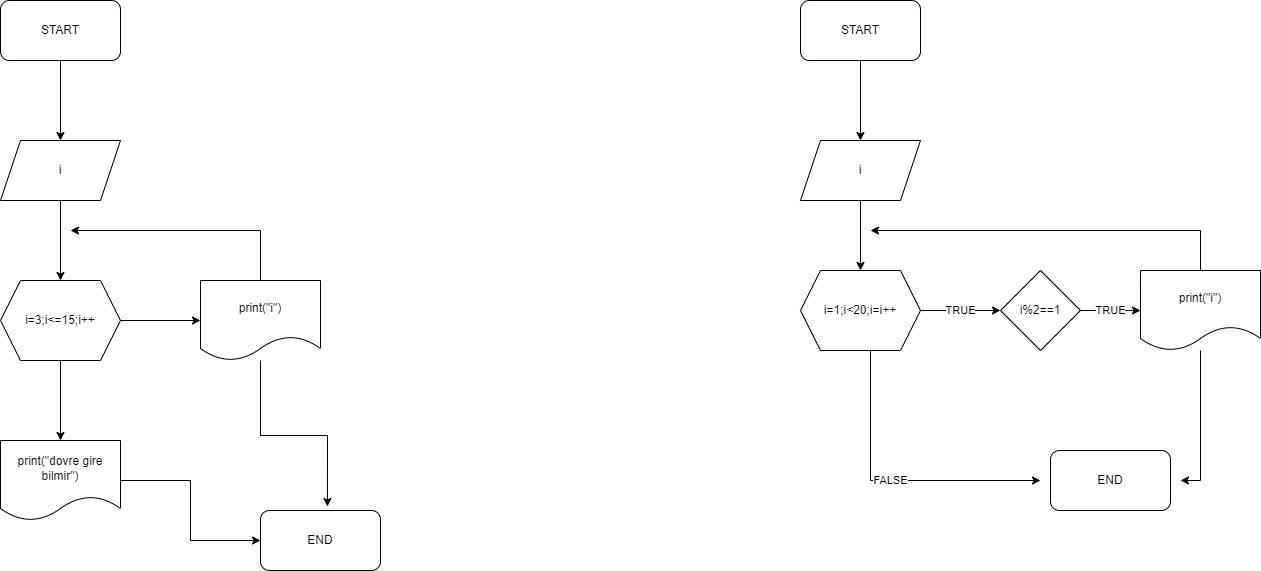
Above: Task4/loop task 4.png in Malik8008/Alqoritm-Task-3 (draw.io), before the change. Source tidied: cells renumbered, new cells last; positions are measured from the earlier drawing's top-left corner, leaving out a move shared by most shapes.
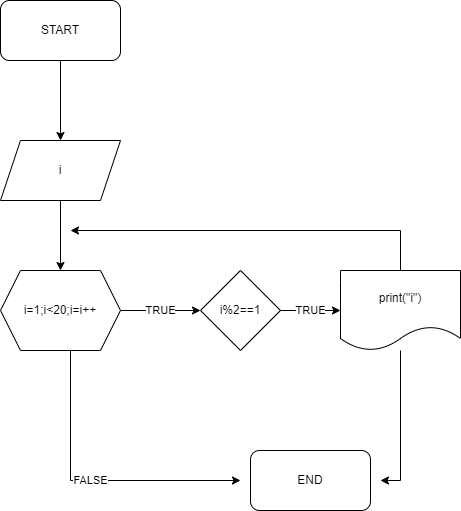
Above is the later version.

Change to the diagram source:
```diff
@@ -2,50 +2,6 @@
   <root>
     <mxCell id="0" />
     <mxCell id="1" parent="0" />
-    <mxCell id="2" style="edgeStyle=orthogonalEdgeStyle;rounded=0;jettySize=auto;html=1;" parent="1" edge="1" source="3" target="5">
-      <mxGeometry relative="1" as="geometry" />
-    </mxCell>
-    <mxCell id="3" value="START" style="rounded=1;whiteSpace=wrap;html=1;" parent="1" vertex="1">
-      <mxGeometry width="120" height="60" as="geometry" />
-    </mxCell>
-    <mxCell id="4" style="edgeStyle=orthogonalEdgeStyle;rounded=0;jettySize=auto;html=1;" parent="1" edge="1" source="5" target="8">
-      <mxGeometry relative="1" as="geometry" />
-    </mxCell>
-    <mxCell id="5" value="i" style="shape=parallelogram;perimeter=parallelogramPerimeter;whiteSpace=wrap;html=1;fixedSize=1;" parent="1" vertex="1">
-      <mxGeometry y="140" width="120" height="60" as="geometry" />
-    </mxCell>
-    <mxCell id="6" style="edgeStyle=orthogonalEdgeStyle;rounded=0;jettySize=auto;html=1;" parent="1" edge="1" source="8" target="11">
-      <mxGeometry relative="1" as="geometry" />
-    </mxCell>
-    <mxCell id="7" style="edgeStyle=orthogonalEdgeStyle;rounded=0;jettySize=auto;html=1;" parent="1" edge="1" source="8" target="13">
-      <mxGeometry relative="1" as="geometry" />
-    </mxCell>
-    <mxCell id="8" value="i=3;i&amp;lt;=15;i++" style="shape=hexagon;perimeter=hexagonPerimeter2;whiteSpace=wrap;html=1;fixedSize=1;" parent="1" vertex="1">
-      <mxGeometry y="280" width="120" height="80" as="geometry" />
-    </mxCell>
-    <mxCell id="9" style="edgeStyle=orthogonalEdgeStyle;rounded=0;jettySize=auto;html=1;" parent="1" edge="1" source="11">
-      <mxGeometry relative="1" as="geometry">
-        <mxPoint x="70" y="230" as="targetPoint" />
-        <Array as="points">
-          <mxPoint x="260" y="230" />
-        </Array>
-      </mxGeometry>
-    </mxCell>
-    <mxCell id="10" style="edgeStyle=orthogonalEdgeStyle;rounded=0;jettySize=auto;html=1;entryX=0.558;entryY=-0.067;entryDx=0;entryDy=0;entryPerimeter=0;" parent="1" edge="1" source="11" target="14">
-      <mxGeometry relative="1" as="geometry" />
-    </mxCell>
-    <mxCell id="11" value="print(&quot;i&quot;)" style="shape=document;whiteSpace=wrap;html=1;boundedLbl=1;" parent="1" vertex="1">
-      <mxGeometry x="200" y="280" width="120" height="80" as="geometry" />
-    </mxCell>
-    <mxCell id="12" style="edgeStyle=orthogonalEdgeStyle;rounded=0;jettySize=auto;html=1;entryX=0;entryY=0.5;entryDx=0;entryDy=0;" parent="1" edge="1" source="13" target="14">
-      <mxGeometry relative="1" as="geometry" />
-    </mxCell>
-    <mxCell id="13" value="print(&quot;dovre gire bilmir&quot;)" style="shape=document;whiteSpace=wrap;html=1;boundedLbl=1;" parent="1" vertex="1">
-      <mxGeometry y="440" width="120" height="80" as="geometry" />
-    </mxCell>
-    <mxCell id="14" value="END" style="rounded=1;whiteSpace=wrap;html=1;" parent="1" vertex="1">
-      <mxGeometry x="260" y="510" width="120" height="60" as="geometry" />
-    </mxCell>
     <mxCell id="15" style="edgeStyle=orthogonalEdgeStyle;rounded=0;jettySize=auto;html=1;" parent="1" edge="1" source="16" target="18">
       <mxGeometry relative="1" as="geometry" />
     </mxCell>
```
